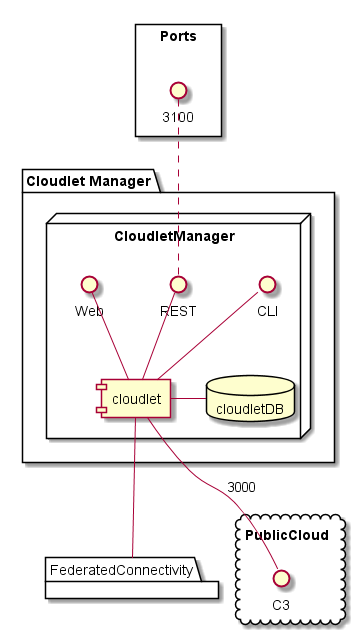
The PlantUML diagram docs/Solution/Cloudlet-Manager/Deployment.png in CAADE/CloudLet, before a commit. Its diagram source:
```plantuml
@startuml

package  "Cloudlet Manager" {
    node CloudletManager {
        database cloudletDB
        component cloudlet
        cloudlet - cloudletDB
        CLI -- cloudlet
        REST -- cloudlet
        Web -- cloudlet
    }
}
rectangle Ports {
  3100 .. REST
}

package FederatedConnectivity {
}

cloud PublicCloud {
    interface C3
}

cloudlet -- C3 : 3000

cloudlet -- FederatedConnectivity

@enduml
```
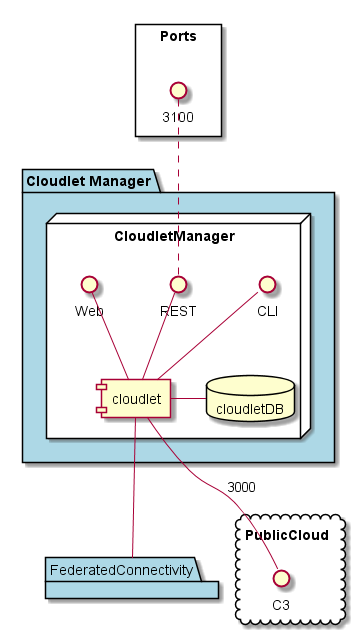
After the change.

What changed in the source:
```diff
@@ -1,7 +1,7 @@
 @startuml
 
-package  "Cloudlet Manager" {
-    node CloudletManager {
+package  "Cloudlet Manager" #lightblue {
+    node CloudletManager #white {
         database cloudletDB
         component cloudlet
         cloudlet - cloudletDB
@@ -14,7 +14,7 @@
   3100 .. REST
 }
 
-package FederatedConnectivity {
+package FederatedConnectivity #lightblue {
 }
 
 cloud PublicCloud {
```
